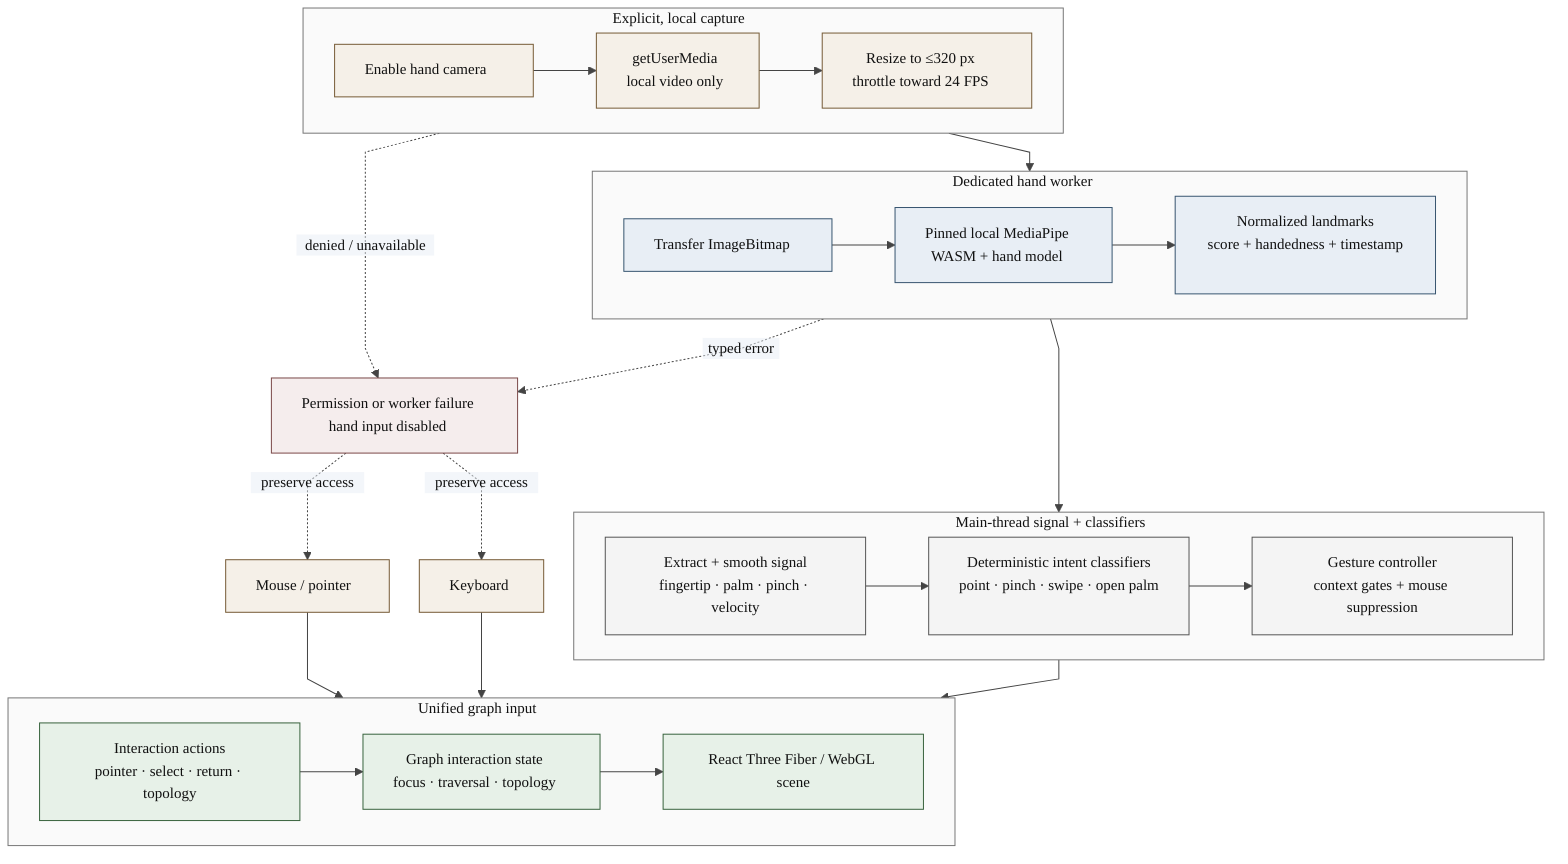
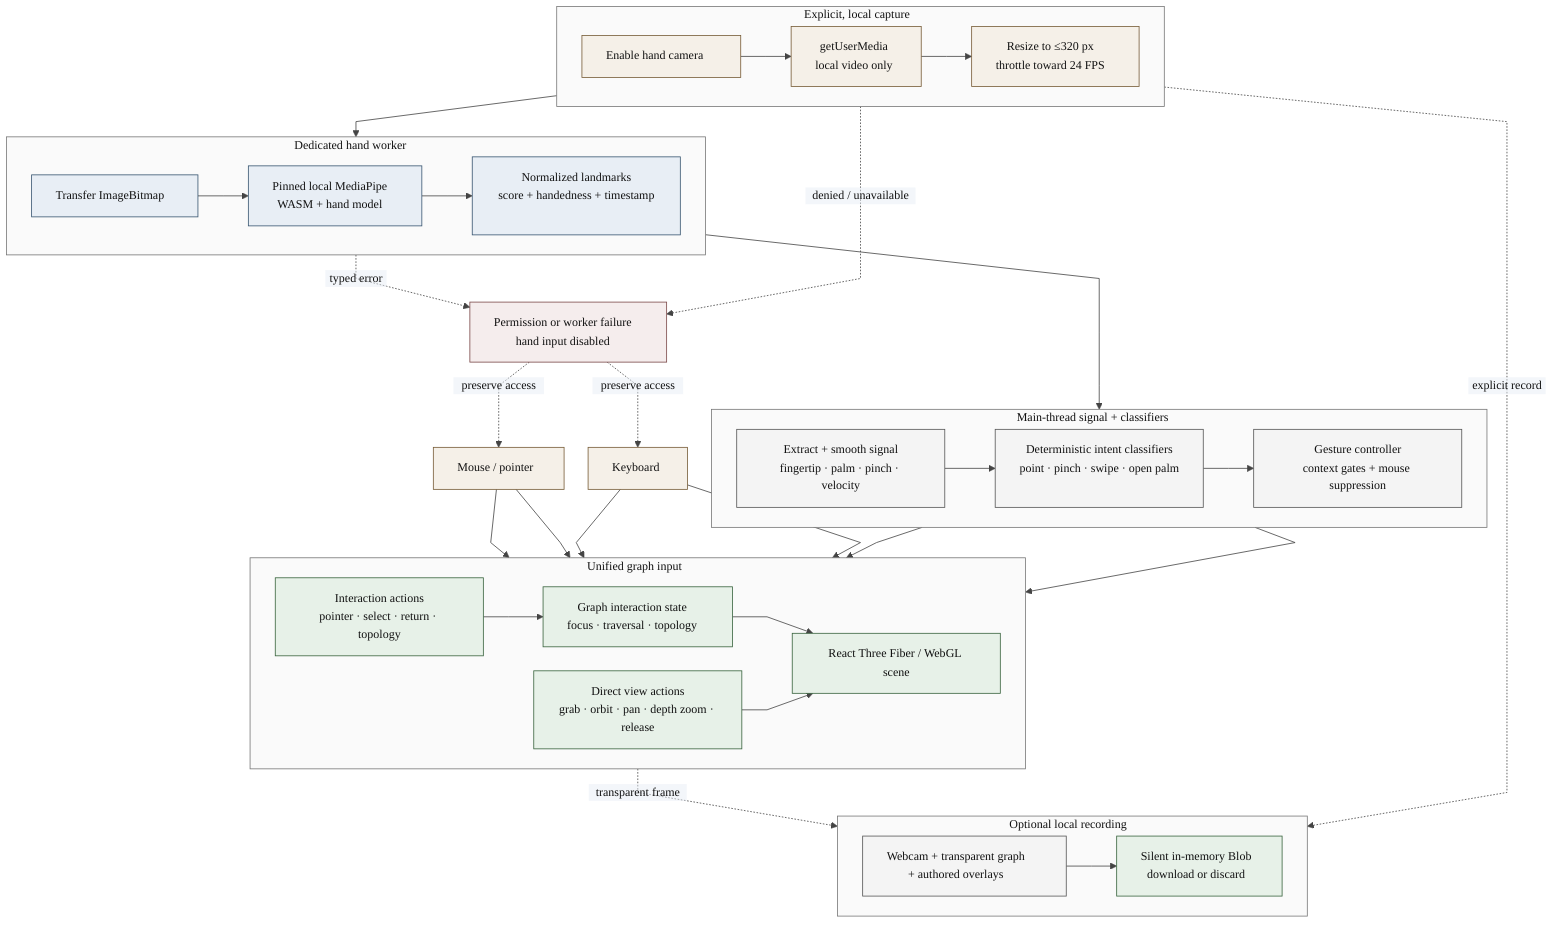
---
config:
  theme: base
  themeVariables:
    background: "#ffffff"
    primaryColor: "#f4f4f4"
    primaryTextColor: "#111111"
    primaryBorderColor: "#555555"
    secondaryColor: "#e8eef5"
    secondaryTextColor: "#111111"
    secondaryBorderColor: "#385570"
    tertiaryColor: "#f5f0e8"
    tertiaryTextColor: "#111111"
    tertiaryBorderColor: "#765b36"
    lineColor: "#444444"
    clusterBkg: "#fafafa"
    clusterBorder: "#777777"
    fontFamily: "ui-sans-serif, system-ui, sans-serif"
    fontSize: "15px"
  flowchart:
    curve: linear
    htmlLabels: false
    nodeSpacing: 30
    rankSpacing: 38
---
flowchart TB
    accTitle: Touch Traversal local gesture and unified input flow
-     accDescr: After explicit permission, local camera video is resized and throttled before transfer to a dedicated worker. Local MediaPipe inference returns normalized hand landmarks. Signal extraction, smoothing, and deterministic classifiers produce pointer, select, return, and topology actions for the shared graph interaction state. Mouse and keyboard remain available if camera access or the worker fails.
+     accDescr: After explicit permission, local camera video is resized and throttled before transfer to a dedicated worker. Local MediaPipe inference returns normalized hand landmarks. Signal extraction, smoothing, and deterministic classifiers produce pointer, select, return, topology, orbit, pan, and depth zoom actions for the shared graph state. The same silent stream can also feed an explicit local recording compositor. Mouse and keyboard remain available if camera access or the worker fails.

    subgraph CAPTURE["Explicit, local capture"]
        direction LR
        PERMISSION["Enable hand camera"]
        CAMERA["getUserMedia\nlocal video only"]
        FRAME["Resize to ≤320 px\nthrottle toward 24 FPS"]
        PERMISSION --> CAMERA --> FRAME
    end

    subgraph WORKER["Dedicated hand worker"]
        direction LR
        BITMAP["Transfer ImageBitmap"]
        MEDIAPIPE["Pinned local MediaPipe\nWASM + hand model"]
        LANDMARKS["Normalized landmarks\nscore + handedness + timestamp"]
        BITMAP --> MEDIAPIPE --> LANDMARKS
    end

    subgraph CLASSIFY["Main-thread signal + classifiers"]
        direction LR
        SIGNAL["Extract + smooth signal\nfingertip · palm · pinch · velocity"]
        INTENT["Deterministic intent classifiers\npoint · pinch · swipe · open palm"]
        CONTROLLER["Gesture controller\ncontext gates + mouse suppression"]
        SIGNAL --> INTENT --> CONTROLLER
    end

    subgraph UNIFIED["Unified graph input"]
        direction LR
        ACTIONS["Interaction actions\npointer · select · return · topology"]
+         VIEW["Direct view actions\ngrab · orbit · pan · depth zoom · release"]
        STATE["Graph interaction state\nfocus · traversal · topology"]
        SCENE["React Three Fiber / WebGL scene"]
        ACTIONS --> STATE --> SCENE
+         VIEW --> SCENE
+     end
+ 
+     subgraph RECORD["Optional local recording"]
+         direction LR
+         COMPOSE["Webcam + transparent graph\n+ authored overlays"]
+         BLOB["Silent in-memory Blob\ndownload or discard"]
+         COMPOSE --> BLOB
    end

    MOUSE["Mouse / pointer"]
    KEYBOARD["Keyboard"]
    FALLBACK["Permission or worker failure\nhand input disabled"]

    FRAME --> BITMAP
    LANDMARKS --> SIGNAL
    CONTROLLER --> ACTIONS
+     CONTROLLER --> VIEW
    MOUSE --> ACTIONS
+     MOUSE --> VIEW
    KEYBOARD --> ACTIONS
+     KEYBOARD --> VIEW
+     CAMERA -. "explicit record" .-> COMPOSE
+     SCENE -. "transparent frame" .-> COMPOSE
    CAMERA -. "denied / unavailable" .-> FALLBACK
    MEDIAPIPE -. "typed error" .-> FALLBACK
    FALLBACK -. "preserve access" .-> MOUSE
    FALLBACK -. "preserve access" .-> KEYBOARD

    classDef source fill:#f5f0e8,stroke:#765b36,color:#111111;
    classDef worker fill:#e8eef5,stroke:#385570,color:#111111;
    classDef process fill:#f4f4f4,stroke:#555555,color:#111111;
    classDef output fill:#e7f1e8,stroke:#38633d,color:#111111;
    classDef fallback fill:#f5eded,stroke:#7a4848,color:#111111;
    class PERMISSION,CAMERA,FRAME,MOUSE,KEYBOARD source;
    class BITMAP,MEDIAPIPE,LANDMARKS worker;
-     class SIGNAL,INTENT,CONTROLLER process;
-     class ACTIONS,STATE,SCENE output;
+     class SIGNAL,INTENT,CONTROLLER,COMPOSE process;
+     class ACTIONS,VIEW,STATE,SCENE,BLOB output;
    class FALLBACK fallback;
